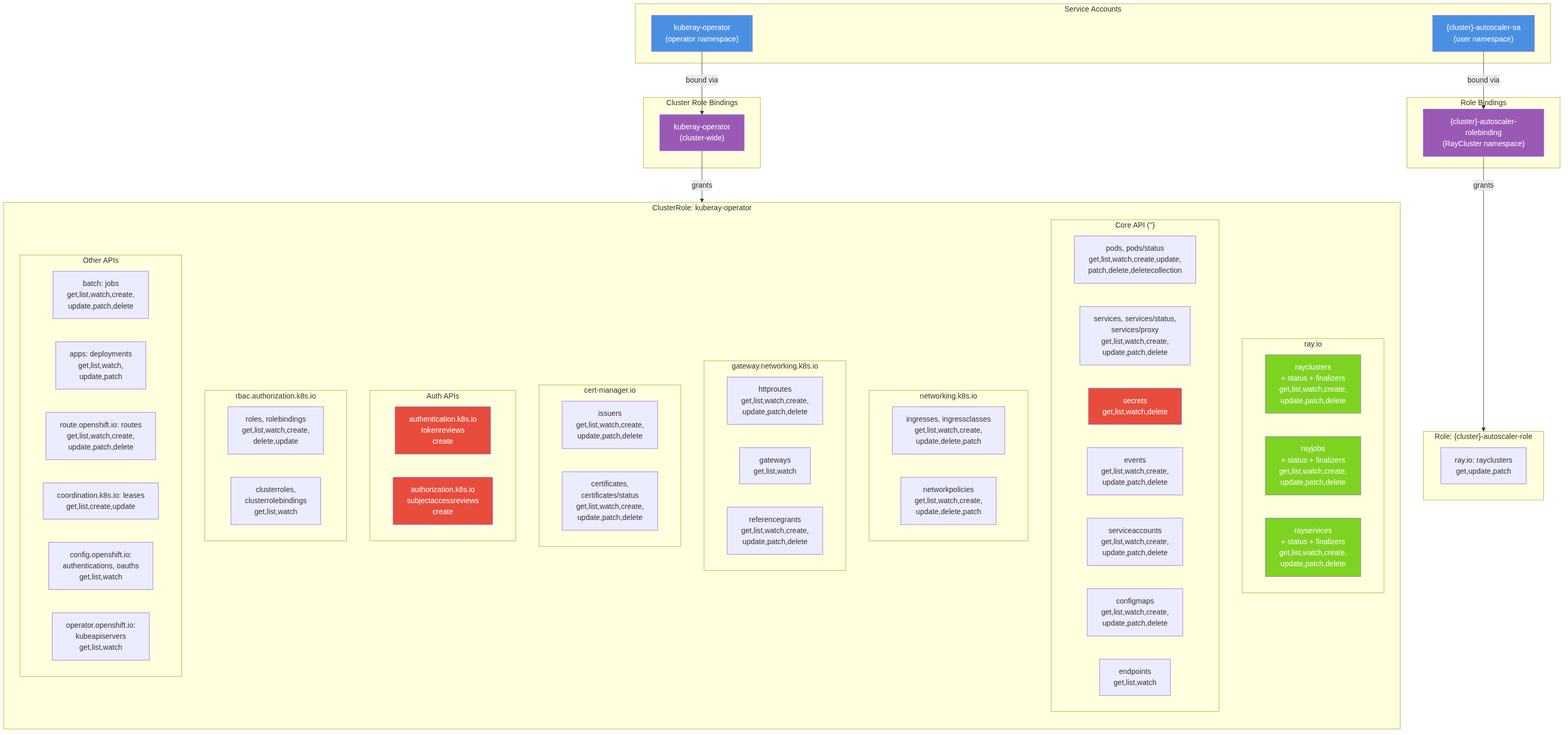
This is architecture/rhoai.next/diagrams/kuberay-rbac.png from rhuss/architecture-context, a Mermaid export, as it was before one commit. Its source is kept beside it as architecture/rhoai.next/diagrams/kuberay-rbac.mmd. The source it was exported from:
```mermaid
graph TD
    subgraph ServiceAccounts["Service Accounts"]
        SA_Operator["kuberay-operator<br/>(operator namespace)"]
        SA_Autoscaler["{cluster}-autoscaler-sa<br/>(user namespace)"]
    end

    subgraph ClusterRoleBindings["Cluster Role Bindings"]
        CRB_Operator["kuberay-operator<br/>(cluster-wide)"]
    end

    subgraph RoleBindings["Role Bindings"]
        RB_Autoscaler["{cluster}-autoscaler-rolebinding<br/>(RayCluster namespace)"]
    end

    subgraph ClusterRole["ClusterRole: kuberay-operator"]
        direction TB

        subgraph RayIO["ray.io"]
            RayClusters["rayclusters<br/>+ status + finalizers<br/>get,list,watch,create,<br/>update,patch,delete"]
            RayJobs["rayjobs<br/>+ status + finalizers<br/>get,list,watch,create,<br/>update,patch,delete"]
            RayServices["rayservices<br/>+ status + finalizers<br/>get,list,watch,create,<br/>update,patch,delete"]
        end

        subgraph CoreAPI["Core API ('')"]
            Pods["pods, pods/status<br/>get,list,watch,create,update,<br/>patch,delete,deletecollection"]
            Services["services, services/status,<br/>services/proxy<br/>get,list,watch,create,<br/>update,patch,delete"]
            Secrets["secrets<br/>get,list,watch,delete"]
            Events["events<br/>get,list,watch,create,<br/>update,patch,delete"]
            SvcAccounts["serviceaccounts<br/>get,list,watch,create,<br/>update,patch,delete"]
            ConfigMaps["configmaps<br/>get,list,watch,create,<br/>update,patch,delete"]
            Endpoints["endpoints<br/>get,list,watch"]
        end

        subgraph NetworkAPI["networking.k8s.io"]
            Ingresses["ingresses, ingressclasses<br/>get,list,watch,create,<br/>update,delete,patch"]
            NetworkPolicies["networkpolicies<br/>get,list,watch,create,<br/>update,delete,patch"]
        end

        subgraph GatewayAPIGrp["gateway.networking.k8s.io"]
            HTTPRoutes["httproutes<br/>get,list,watch,create,<br/>update,patch,delete"]
            Gateways["gateways<br/>get,list,watch"]
            RefGrants["referencegrants<br/>get,list,watch,create,<br/>update,patch,delete"]
        end

        subgraph CertMgrAPI["cert-manager.io"]
            Issuers["issuers<br/>get,list,watch,create,<br/>update,patch,delete"]
            Certificates["certificates,<br/>certificates/status<br/>get,list,watch,create,<br/>update,patch,delete"]
        end

        subgraph AuthAPI["Auth APIs"]
            TokenReviews["authentication.k8s.io<br/>tokenreviews<br/>create"]
            SAR["authorization.k8s.io<br/>subjectaccessreviews<br/>create"]
        end

        subgraph RBACAPI["rbac.authorization.k8s.io"]
            Roles["roles, rolebindings<br/>get,list,watch,create,<br/>delete,update"]
            ClusterRoles["clusterroles,<br/>clusterrolebindings<br/>get,list,watch"]
        end

        subgraph OtherAPI["Other APIs"]
            BatchJobs["batch: jobs<br/>get,list,watch,create,<br/>update,patch,delete"]
            Deployments["apps: deployments<br/>get,list,watch,<br/>update,patch"]
            Routes["route.openshift.io: routes<br/>get,list,watch,create,<br/>update,patch,delete"]
            Leases["coordination.k8s.io: leases<br/>get,list,create,update"]
            OCPAuth["config.openshift.io:<br/>authentications, oauths<br/>get,list,watch"]
            KAS["operator.openshift.io:<br/>kubeapiservers<br/>get,list,watch"]
        end
    end

    subgraph AutoscalerRole["Role: {cluster}-autoscaler-role"]
        AutoscalerPerms["ray.io: rayclusters<br/>get,update,patch"]
    end

    SA_Operator -->|"bound via"| CRB_Operator
    CRB_Operator -->|"grants"| ClusterRole

    SA_Autoscaler -->|"bound via"| RB_Autoscaler
    RB_Autoscaler -->|"grants"| AutoscalerRole

    style SA_Operator fill:#4a90e2,color:#fff
    style SA_Autoscaler fill:#4a90e2,color:#fff
    style CRB_Operator fill:#9b59b6,color:#fff
    style RB_Autoscaler fill:#9b59b6,color:#fff
    style RayClusters fill:#7ed321,color:#fff
    style RayJobs fill:#7ed321,color:#fff
    style RayServices fill:#7ed321,color:#fff
    style Secrets fill:#e74c3c,color:#fff
    style TokenReviews fill:#e74c3c,color:#fff
    style SAR fill:#e74c3c,color:#fff
```
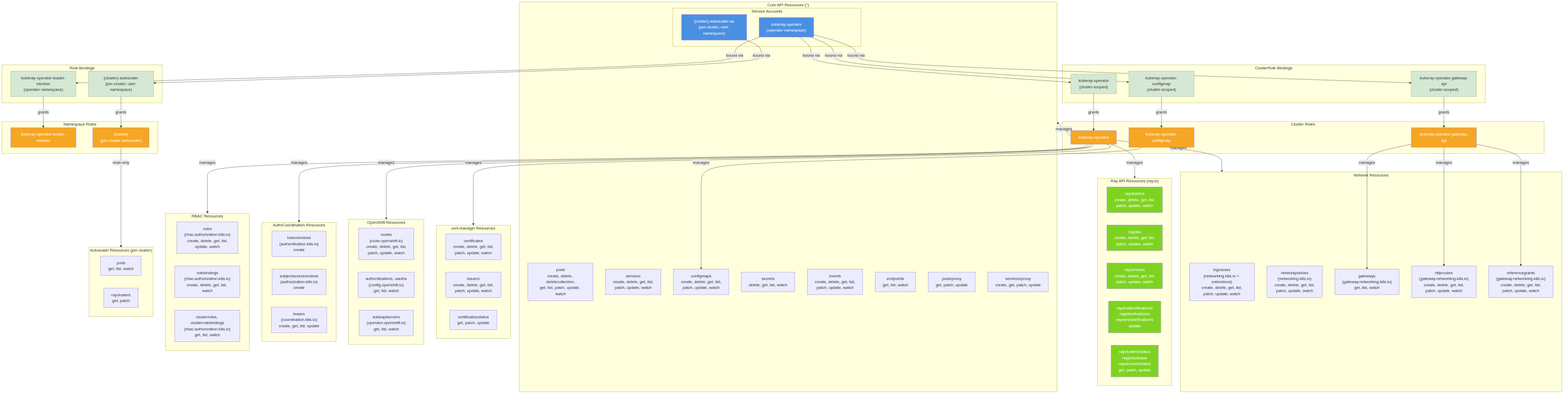
After the change.

The edit, as a diff of the source:
```diff
@@ -1,89 +1,131 @@
 graph TD
     subgraph ServiceAccounts["Service Accounts"]
         SA_Operator["kuberay-operator<br/>(operator namespace)"]
-        SA_Autoscaler["{cluster}-autoscaler-sa<br/>(user namespace)"]
+        SA_Autoscaler["{cluster}-autoscaler-sa<br/>(per-cluster, user namespace)"]
     end
 
-    subgraph ClusterRoleBindings["Cluster Role Bindings"]
-        CRB_Operator["kuberay-operator<br/>(cluster-wide)"]
+    subgraph ClusterRoleBindings["ClusterRole Bindings"]
+        CRB_Main["kuberay-operator<br/>(cluster-scoped)"]
+        CRB_Gateway["kuberay-operator-gateway-api<br/>(cluster-scoped)"]
+        CRB_ConfigMap["kuberay-operator-configmap<br/>(cluster-scoped)"]
     end
 
     subgraph RoleBindings["Role Bindings"]
-        RB_Autoscaler["{cluster}-autoscaler-rolebinding<br/>(RayCluster namespace)"]
+        RB_Leader["kuberay-operator-leader-election<br/>(operator namespace)"]
+        RB_Autoscaler["{cluster}-autoscaler<br/>(per-cluster, user namespace)"]
     end
 
-    subgraph ClusterRole["ClusterRole: kuberay-operator"]
-        direction TB
-
-        subgraph RayIO["ray.io"]
-            RayClusters["rayclusters<br/>+ status + finalizers<br/>get,list,watch,create,<br/>update,patch,delete"]
-            RayJobs["rayjobs<br/>+ status + finalizers<br/>get,list,watch,create,<br/>update,patch,delete"]
-            RayServices["rayservices<br/>+ status + finalizers<br/>get,list,watch,create,<br/>update,patch,delete"]
-        end
-
-        subgraph CoreAPI["Core API ('')"]
-            Pods["pods, pods/status<br/>get,list,watch,create,update,<br/>patch,delete,deletecollection"]
-            Services["services, services/status,<br/>services/proxy<br/>get,list,watch,create,<br/>update,patch,delete"]
-            Secrets["secrets<br/>get,list,watch,delete"]
-            Events["events<br/>get,list,watch,create,<br/>update,patch,delete"]
-            SvcAccounts["serviceaccounts<br/>get,list,watch,create,<br/>update,patch,delete"]
-            ConfigMaps["configmaps<br/>get,list,watch,create,<br/>update,patch,delete"]
-            Endpoints["endpoints<br/>get,list,watch"]
-        end
-
-        subgraph NetworkAPI["networking.k8s.io"]
-            Ingresses["ingresses, ingressclasses<br/>get,list,watch,create,<br/>update,delete,patch"]
-            NetworkPolicies["networkpolicies<br/>get,list,watch,create,<br/>update,delete,patch"]
-        end
-
-        subgraph GatewayAPIGrp["gateway.networking.k8s.io"]
-            HTTPRoutes["httproutes<br/>get,list,watch,create,<br/>update,patch,delete"]
-            Gateways["gateways<br/>get,list,watch"]
-            RefGrants["referencegrants<br/>get,list,watch,create,<br/>update,patch,delete"]
-        end
-
-        subgraph CertMgrAPI["cert-manager.io"]
-            Issuers["issuers<br/>get,list,watch,create,<br/>update,patch,delete"]
-            Certificates["certificates,<br/>certificates/status<br/>get,list,watch,create,<br/>update,patch,delete"]
-        end
-
-        subgraph AuthAPI["Auth APIs"]
-            TokenReviews["authentication.k8s.io<br/>tokenreviews<br/>create"]
-            SAR["authorization.k8s.io<br/>subjectaccessreviews<br/>create"]
-        end
-
-        subgraph RBACAPI["rbac.authorization.k8s.io"]
-            Roles["roles, rolebindings<br/>get,list,watch,create,<br/>delete,update"]
-            ClusterRoles["clusterroles,<br/>clusterrolebindings<br/>get,list,watch"]
-        end
-
-        subgraph OtherAPI["Other APIs"]
-            BatchJobs["batch: jobs<br/>get,list,watch,create,<br/>update,patch,delete"]
-            Deployments["apps: deployments<br/>get,list,watch,<br/>update,patch"]
-            Routes["route.openshift.io: routes<br/>get,list,watch,create,<br/>update,patch,delete"]
-            Leases["coordination.k8s.io: leases<br/>get,list,create,update"]
-            OCPAuth["config.openshift.io:<br/>authentications, oauths<br/>get,list,watch"]
-            KAS["operator.openshift.io:<br/>kubeapiservers<br/>get,list,watch"]
-        end
+    subgraph ClusterRoles["Cluster Roles"]
+        CR_Main["kuberay-operator"]
+        CR_Gateway["kuberay-operator-gateway-api"]
+        CR_ConfigMap["kuberay-operator-configmap"]
     end
 
-    subgraph AutoscalerRole["Role: {cluster}-autoscaler-role"]
-        AutoscalerPerms["ray.io: rayclusters<br/>get,update,patch"]
+    subgraph Roles["Namespace Roles"]
+        R_Leader["kuberay-operator-leader-election"]
+        R_Autoscaler["{cluster}<br/>(per-cluster autoscaler)"]
     end
 
-    SA_Operator -->|"bound via"| CRB_Operator
-    CRB_Operator -->|"grants"| ClusterRole
+    subgraph CoreResources["Core API Resources ('')"]
+        Pods["pods<br/>create, delete, deletecollection,<br/>get, list, patch, update, watch"]
+        Services["services<br/>create, delete, get, list,<br/>patch, update, watch"]
+        ConfigMaps["configmaps<br/>create, delete, get, list,<br/>patch, update, watch"]
+        Secrets["secrets<br/>delete, get, list, watch"]
+        Events["events<br/>create, delete, get, list,<br/>patch, update, watch"]
+        ServiceAccounts["serviceaccounts<br/>create, delete, get, list,<br/>patch, update, watch"]
+        Endpoints["endpoints<br/>get, list, watch"]
+        PodsProxy["pods/proxy<br/>get, patch, update"]
+        ServicesProxy["services/proxy<br/>create, get, patch, update"]
+    end
 
-    SA_Autoscaler -->|"bound via"| RB_Autoscaler
-    RB_Autoscaler -->|"grants"| AutoscalerRole
+    subgraph RayResources["Ray API Resources (ray.io)"]
+        RayClusters["rayclusters<br/>create, delete, get, list,<br/>patch, update, watch"]
+        RayJobs["rayjobs<br/>create, delete, get, list,<br/>patch, update, watch"]
+        RayServices["rayservices<br/>create, delete, get, list,<br/>patch, update, watch"]
+        RayFinalizers["rayclusters/finalizers<br/>rayjobs/finalizers<br/>rayservices/finalizers<br/>update"]
+        RayStatus["rayclusters/status<br/>rayjobs/status<br/>rayservices/status<br/>get, patch, update"]
+    end
+
+    subgraph NetworkResources["Network Resources"]
+        Ingresses["ingresses<br/>(networking.k8s.io + extensions)<br/>create, delete, get, list,<br/>patch, update, watch"]
+        NetworkPolicies["networkpolicies<br/>(networking.k8s.io)<br/>create, delete, get, list,<br/>patch, update, watch"]
+        Gateways["gateways<br/>(gateway.networking.k8s.io)<br/>get, list, watch"]
+        HTTPRoutes["httproutes<br/>(gateway.networking.k8s.io)<br/>create, delete, get, list,<br/>patch, update, watch"]
+        RefGrants["referencegrants<br/>(gateway.networking.k8s.io)<br/>create, delete, get, list,<br/>patch, update, watch"]
+    end
+
+    subgraph CertResources["cert-manager Resources"]
+        Certificates["certificates<br/>create, delete, get, list,<br/>patch, update, watch"]
+        Issuers["issuers<br/>create, delete, get, list,<br/>patch, update, watch"]
+        CertStatus["certificates/status<br/>get, patch, update"]
+    end
+
+    subgraph OpenShiftResources["OpenShift Resources"]
+        Routes["routes<br/>(route.openshift.io)<br/>create, delete, get, list,<br/>patch, update, watch"]
+        AuthConfigs["authentications, oauths<br/>(config.openshift.io)<br/>get, list, watch"]
+        KubeAPIServers["kubeapiservers<br/>(operator.openshift.io)<br/>get, list, watch"]
+    end
+
+    subgraph AuthzResources["Auth/Coordination Resources"]
+        TokenReviews["tokenreviews<br/>(authentication.k8s.io)<br/>create"]
+        SAR["subjectaccessreviews<br/>(authorization.k8s.io)<br/>create"]
+        Leases["leases<br/>(coordination.k8s.io)<br/>create, get, list, update"]
+    end
+
+    subgraph RBACResources["RBAC Resources"]
+        RolesRes["roles<br/>(rbac.authorization.k8s.io)<br/>create, delete, get, list,<br/>update, watch"]
+        RoleBindingsRes["rolebindings<br/>(rbac.authorization.k8s.io)<br/>create, delete, get, list, watch"]
+        ClusterRolesRead["clusterroles, clusterrolebindings<br/>(rbac.authorization.k8s.io)<br/>get, list, watch"]
+    end
+
+    subgraph AutoscalerResources["Autoscaler Resources (per-cluster)"]
+        AutoPods["pods<br/>get, list, watch"]
+        AutoRC["rayclusters<br/>get, patch"]
+    end
+
+    SA_Operator -->|bound via| CRB_Main
+    SA_Operator -->|bound via| CRB_Gateway
+    SA_Operator -->|bound via| CRB_ConfigMap
+    SA_Operator -->|bound via| RB_Leader
+
+    CRB_Main -->|grants| CR_Main
+    CRB_Gateway -->|grants| CR_Gateway
+    CRB_ConfigMap -->|grants| CR_ConfigMap
+    RB_Leader -->|grants| R_Leader
+
+    SA_Autoscaler -->|bound via| RB_Autoscaler
+    RB_Autoscaler -->|grants| R_Autoscaler
+
+    CR_Main -->|manages| CoreResources
+    CR_Main -->|manages| RayResources
+    CR_Main -->|manages| NetworkResources
+    CR_Main -->|manages| CertResources
+    CR_Main -->|manages| OpenShiftResources
+    CR_Main -->|manages| AuthzResources
+    CR_Main -->|manages| RBACResources
+
+    CR_Gateway -->|manages| Gateways
+    CR_Gateway -->|manages| HTTPRoutes
+    CR_Gateway -->|manages| RefGrants
+
+    CR_ConfigMap -->|manages| ConfigMaps
+
+    R_Autoscaler -->|read-only| AutoscalerResources
 
     style SA_Operator fill:#4a90e2,color:#fff
     style SA_Autoscaler fill:#4a90e2,color:#fff
-    style CRB_Operator fill:#9b59b6,color:#fff
-    style RB_Autoscaler fill:#9b59b6,color:#fff
+    style CR_Main fill:#f5a623,color:#fff
+    style CR_Gateway fill:#f5a623,color:#fff
+    style CR_ConfigMap fill:#f5a623,color:#fff
+    style R_Leader fill:#f5a623,color:#fff
+    style R_Autoscaler fill:#f5a623,color:#fff
+    style CRB_Main fill:#d5e8d4,stroke:#82b366
+    style CRB_Gateway fill:#d5e8d4,stroke:#82b366
+    style CRB_ConfigMap fill:#d5e8d4,stroke:#82b366
+    style RB_Leader fill:#d5e8d4,stroke:#82b366
+    style RB_Autoscaler fill:#d5e8d4,stroke:#82b366
     style RayClusters fill:#7ed321,color:#fff
     style RayJobs fill:#7ed321,color:#fff
     style RayServices fill:#7ed321,color:#fff
-    style Secrets fill:#e74c3c,color:#fff
-    style TokenReviews fill:#e74c3c,color:#fff
-    style SAR fill:#e74c3c,color:#fff
+    style RayFinalizers fill:#7ed321,color:#fff
+    style RayStatus fill:#7ed321,color:#fff
```
